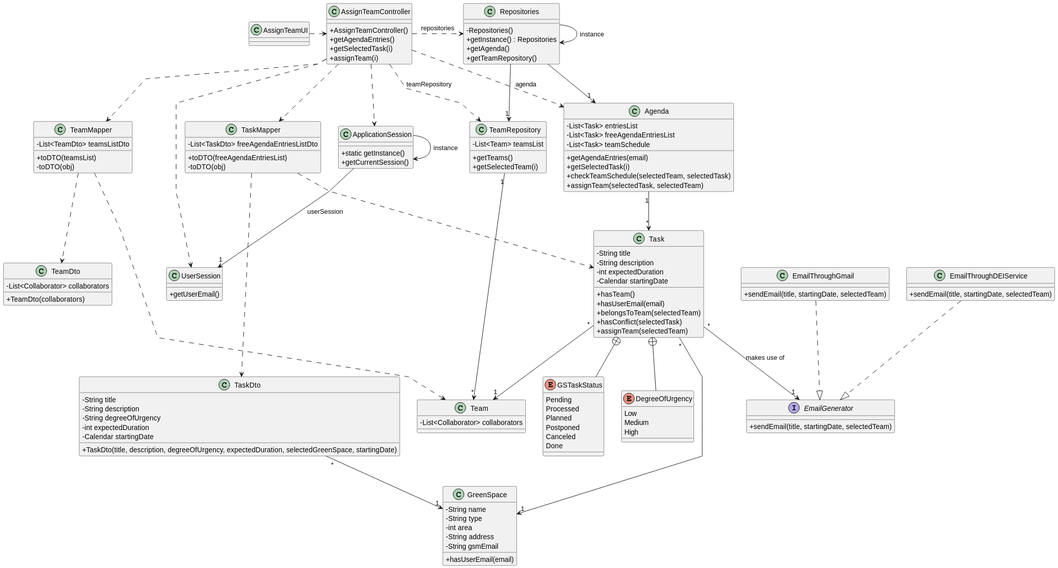
Before: docs/sprintC/us023/03.design/svg/us023-class-diagram.svg, a diagram exported from PlantUML (Departamento-de-Engenharia-Informatica/lei-24-s2-1dm-g132).
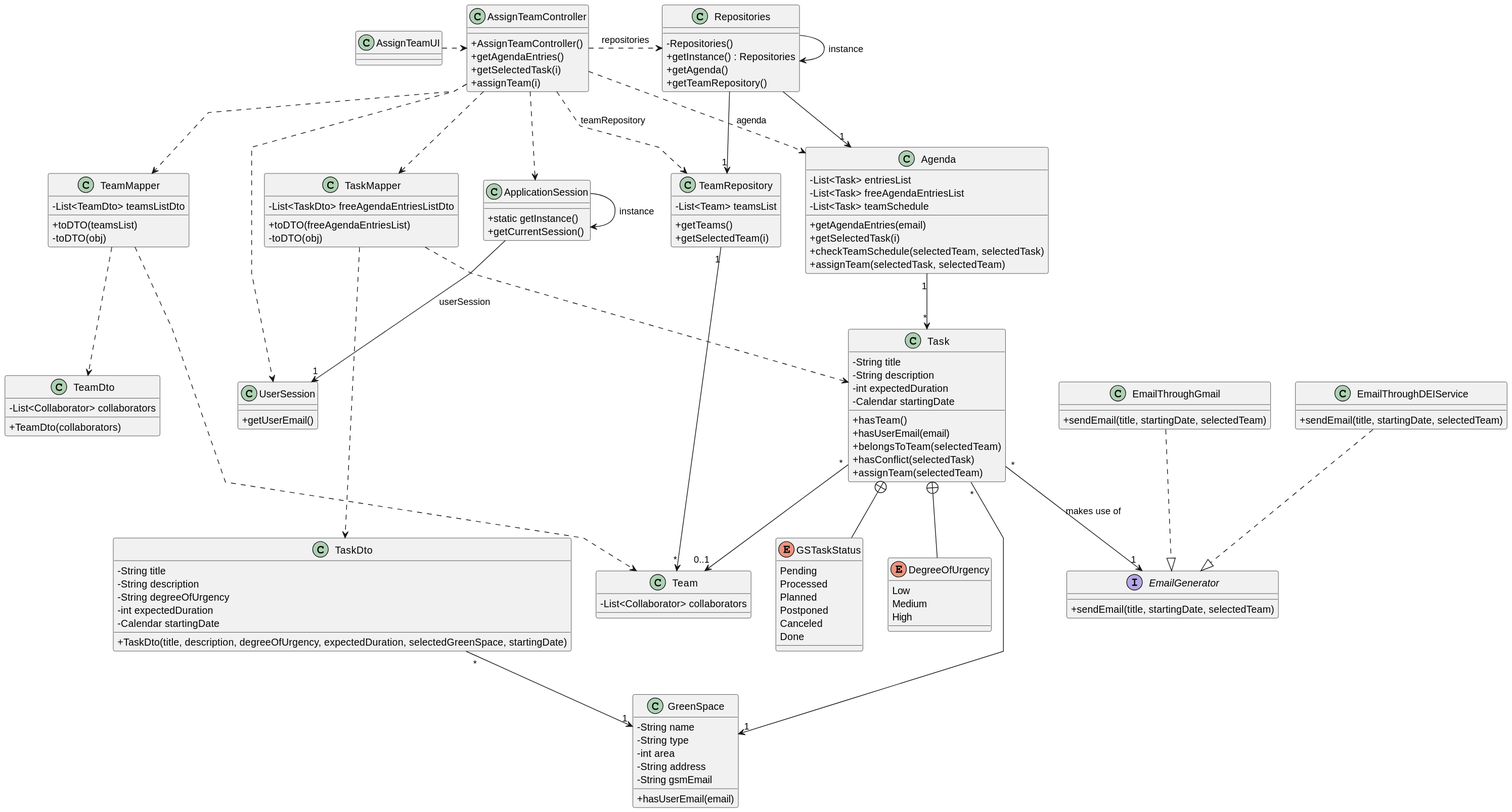
Above is the later version.

Commit message:
US23 class diagram minor correction

Change to the diagram source:
```diff
@@ -179,7 +179,7 @@
 TeamMapper ..> TeamDto
 TeamMapper ..> Team
 
-Task "*" --> "1" Team
+Task "*" --> "0..1" Team
 
 Task "*" --> "1" EmailGenerator : makes use of
 
```
